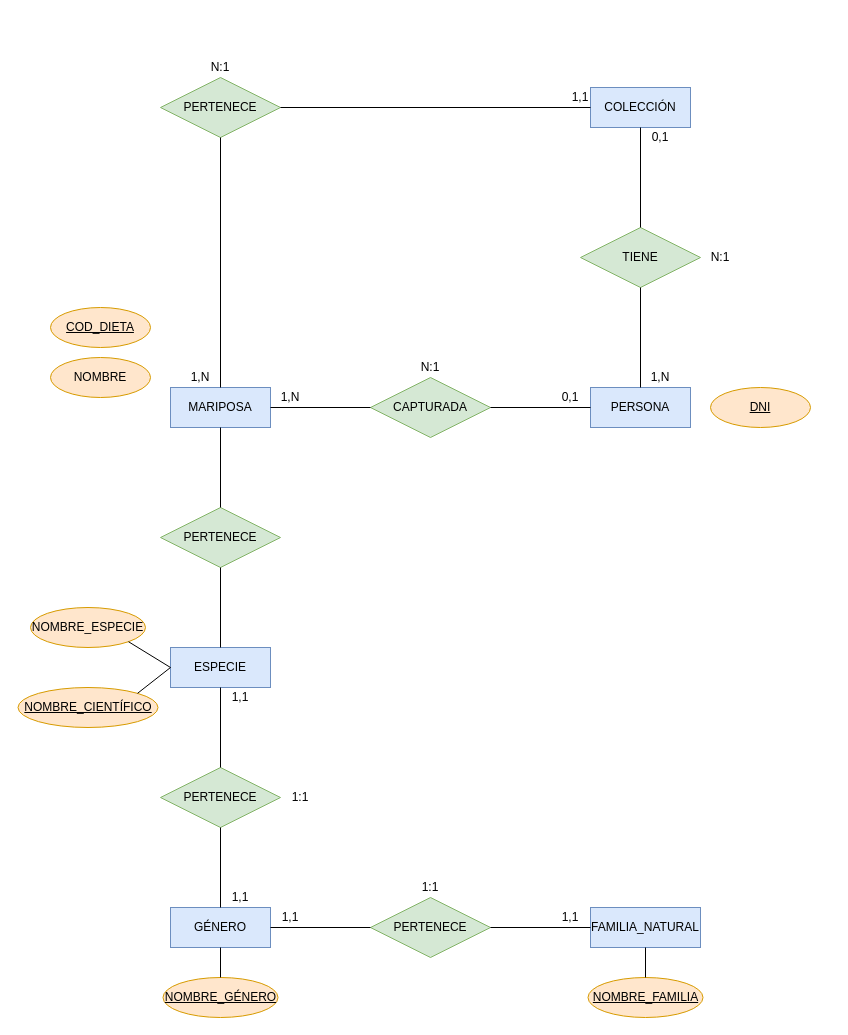
This is Mariposas.drawio from Axel-Vicente/BBDD, a draw.io file, before an edit. Source tidied: cells renumbered, new cells numbered last; positions are measured from the earlier drawing's top-left corner, leaving out a move shared by most shapes. Both pictures are drawn from the tidied source at 100%, with x=0, y=0 at pixel (18, 57).
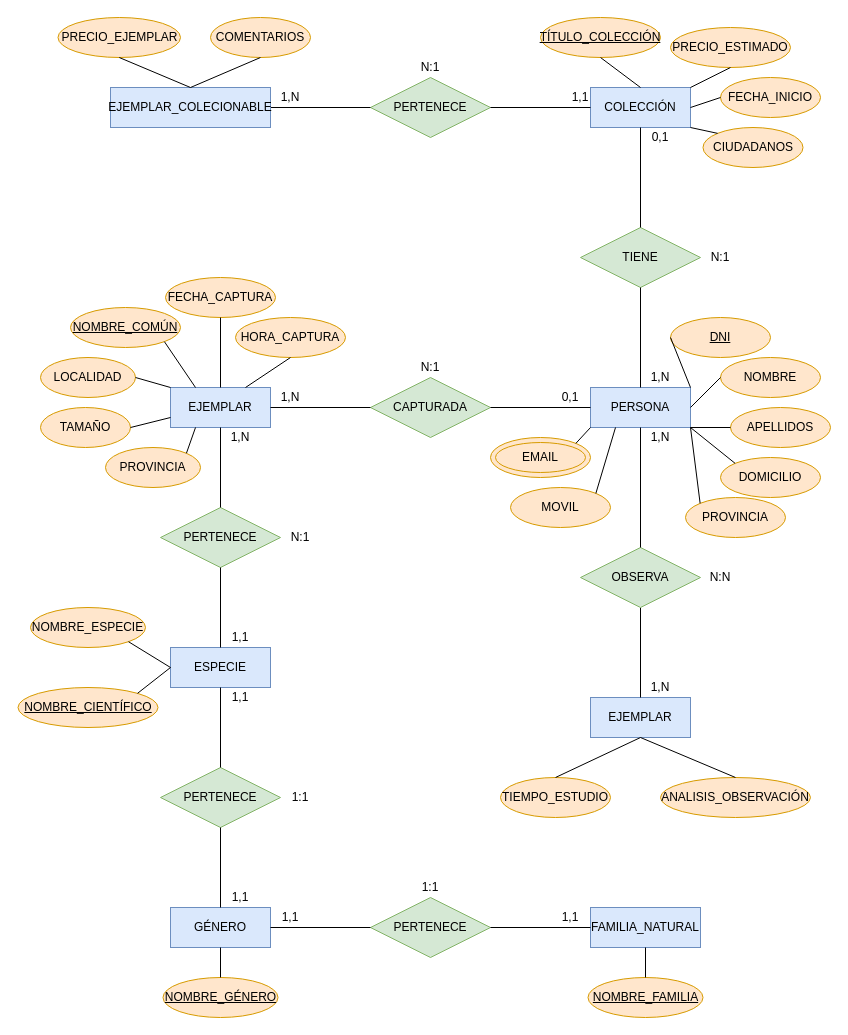
After the change.

The change refers to these unchanged cells:
```xml
<mxCell id="6" value="PERSONA" style="whiteSpace=wrap;html=1;align=center;fillColor=#dae8fc;strokeColor=#6c8ebf;" parent="1" vertex="1">
  <mxGeometry x="572" y="330" width="100" height="40" as="geometry" />
</mxCell>
<mxCell id="20" value="COLECCIÓN" style="whiteSpace=wrap;html=1;align=center;fillColor=#dae8fc;strokeColor=#6c8ebf;" parent="1" vertex="1">
  <mxGeometry x="572" y="30" width="100" height="40" as="geometry" />
</mxCell>
```

Change to the diagram source:
```diff
@@
-    <mxCell id="2" value="MARIPOSA" style="whiteSpace=wrap;html=1;align=center;fillColor=#dae8fc;strokeColor=#6c8ebf;" parent="1" vertex="1">
+    <mxCell id="2" value="EJEMPLAR" style="whiteSpace=wrap;html=1;align=center;fillColor=#dae8fc;strokeColor=#6c8ebf;" parent="1" vertex="1">
       <mxGeometry x="152" y="330" width="100" height="40" as="geometry" />
     </mxCell>
-    <mxCell id="3" value="NOMBRE" style="ellipse;whiteSpace=wrap;html=1;align=center;fillColor=#ffe6cc;strokeColor=#d79b00;" parent="1" vertex="1">
-      <mxGeometry x="32" y="300" width="100" height="40" as="geometry" />
+    <mxCell id="3" value="HORA_CAPTURA" style="ellipse;whiteSpace=wrap;html=1;align=center;fillColor=#ffe6cc;strokeColor=#d79b00;" parent="1" vertex="1">
+      <mxGeometry x="217" y="260" width="110" height="40" as="geometry" />
     </mxCell>
-    <mxCell id="4" value="COD_DIETA" style="ellipse;whiteSpace=wrap;html=1;align=center;fillColor=#ffe6cc;strokeColor=#d79b00;fontStyle=4;" parent="1" vertex="1">
-      <mxGeometry x="32" y="250" width="100" height="40" as="geometry" />
-    </mxCell>
@@
     <mxCell id="21" value="PERTENECE" style="shape=rhombus;perimeter=rhombusPerimeter;whiteSpace=wrap;html=1;align=center;fillColor=#d5e8d4;strokeColor=#82b366;" parent="1" vertex="1">
-      <mxGeometry x="142" y="20" width="120" height="60" as="geometry" />
+      <mxGeometry x="352" y="20" width="120" height="60" as="geometry" />
     </mxCell>
@@
-    <mxCell id="26" style="endArrow=none;html=1;exitX=0.5;exitY=0;exitDx=0;exitDy=0;entryX=0.5;entryY=1;entryDx=0;entryDy=0;" parent="1" edge="1" source="2" target="21">
+    <mxCell id="26" style="endArrow=none;html=1;exitX=1;exitY=0.5;exitDx=0;exitDy=0;entryX=0;entryY=0.5;entryDx=0;entryDy=0;" parent="1" edge="1" source="66" target="21">
       <mxGeometry relative="1" as="geometry" />
     </mxCell>
@@
     <mxCell id="28" value="N:1" style="text;html=1;strokeColor=none;fillColor=none;align=center;verticalAlign=middle;whiteSpace=wrap;rounded=0;" parent="1" vertex="1">
-      <mxGeometry x="182" width="40" height="20" as="geometry" />
+      <mxGeometry x="392" width="40" height="20" as="geometry" />
     </mxCell>
     <mxCell id="29" value="1,N" style="text;html=1;strokeColor=none;fillColor=none;align=center;verticalAlign=middle;whiteSpace=wrap;rounded=0;" parent="1" vertex="1">
-      <mxGeometry x="162" y="310" width="40" height="20" as="geometry" />
+      <mxGeometry x="252" y="30" width="40" height="20" as="geometry" />
     </mxCell>
@@
     <mxCell id="37" value="DNI" style="ellipse;whiteSpace=wrap;html=1;align=center;fillColor=#ffe6cc;strokeColor=#d79b00;fontStyle=4;" parent="1" vertex="1">
-      <mxGeometry x="692" y="330" width="100" height="40" as="geometry" />
+      <mxGeometry x="652" y="260" width="100" height="40" as="geometry" />
     </mxCell>
@@
+    <mxCell id="52" value="NOMBRE" style="ellipse;whiteSpace=wrap;html=1;align=center;fillColor=#ffe6cc;strokeColor=#d79b00;" parent="1" vertex="1">
+      <mxGeometry x="702" y="300" width="100" height="40" as="geometry" />
+    </mxCell>
+    <mxCell id="53" value="APELLIDOS" style="ellipse;whiteSpace=wrap;html=1;align=center;fillColor=#ffe6cc;strokeColor=#d79b00;" parent="1" vertex="1">
+      <mxGeometry x="712" y="350" width="100" height="40" as="geometry" />
+    </mxCell>
+    <mxCell id="54" value="DOMICILIO" style="ellipse;whiteSpace=wrap;html=1;align=center;fillColor=#ffe6cc;strokeColor=#d79b00;" parent="1" vertex="1">
+      <mxGeometry x="702" y="400" width="100" height="40" as="geometry" />
+    </mxCell>
+    <mxCell id="55" value="MOVIL" style="ellipse;whiteSpace=wrap;html=1;align=center;fillColor=#ffe6cc;strokeColor=#d79b00;" parent="1" vertex="1">
+      <mxGeometry x="492" y="430" width="100" height="40" as="geometry" />
+    </mxCell>
+    <mxCell id="56" value="EMAIL" style="ellipse;whiteSpace=wrap;html=1;align=center;fillColor=#ffe6cc;strokeColor=#d79b00;" parent="1" vertex="1">
+      <mxGeometry x="472" y="380" width="100" height="40" as="geometry" />
+    </mxCell>
+    <mxCell id="57" style="ellipse;whiteSpace=wrap;html=1;align=center;strokeColor=#d79b00;fillColor=none;" parent="1" vertex="1">
+      <mxGeometry x="477" y="385" width="90" height="30" as="geometry" />
+    </mxCell>
+    <mxCell id="58" value="PROVINCIA" style="ellipse;whiteSpace=wrap;html=1;align=center;fillColor=#ffe6cc;strokeColor=#d79b00;" parent="1" vertex="1">
+      <mxGeometry x="667" y="440" width="100" height="40" as="geometry" />
+    </mxCell>
+    <mxCell id="59" style="endArrow=none;html=1;fontColor=#000000;entryX=1;entryY=0;entryDx=0;entryDy=0;exitX=0;exitY=1;exitDx=0;exitDy=0;" parent="1" edge="1" source="6" target="56">
+      <mxGeometry relative="1" as="geometry" />
+    </mxCell>
+    <mxCell id="60" style="endArrow=none;html=1;fontColor=#000000;entryX=1;entryY=0;entryDx=0;entryDy=0;exitX=0.25;exitY=1;exitDx=0;exitDy=0;" parent="1" edge="1" source="6" target="55">
+      <mxGeometry relative="1" as="geometry" />
+    </mxCell>
+    <mxCell id="61" style="endArrow=none;html=1;fontColor=#000000;entryX=0;entryY=0;entryDx=0;entryDy=0;exitX=1;exitY=1;exitDx=0;exitDy=0;" parent="1" edge="1" source="6" target="58">
+      <mxGeometry relative="1" as="geometry" />
+    </mxCell>
+    <mxCell id="62" style="endArrow=none;html=1;fontColor=#000000;entryX=0;entryY=0;entryDx=0;entryDy=0;exitX=1;exitY=1;exitDx=0;exitDy=0;" parent="1" edge="1" source="6" target="54">
+      <mxGeometry relative="1" as="geometry" />
+    </mxCell>
+    <mxCell id="63" style="endArrow=none;html=1;fontColor=#000000;entryX=0;entryY=0.5;entryDx=0;entryDy=0;exitX=1;exitY=1;exitDx=0;exitDy=0;" parent="1" edge="1" source="6" target="53">
+      <mxGeometry relative="1" as="geometry" />
+    </mxCell>
+    <mxCell id="64" style="endArrow=none;html=1;fontColor=#000000;entryX=0;entryY=0.5;entryDx=0;entryDy=0;exitX=1;exitY=0.5;exitDx=0;exitDy=0;" parent="1" edge="1" source="6" target="52">
+      <mxGeometry relative="1" as="geometry" />
+    </mxCell>
+    <mxCell id="65" style="endArrow=none;html=1;fontColor=#000000;entryX=0;entryY=0.5;entryDx=0;entryDy=0;exitX=1;exitY=0;exitDx=0;exitDy=0;" parent="1" edge="1" source="6" target="37">
+      <mxGeometry relative="1" as="geometry" />
+    </mxCell>
+    <mxCell id="66" value="EJEMPLAR_COLECIONABLE" style="whiteSpace=wrap;html=1;align=center;fillColor=#dae8fc;strokeColor=#6c8ebf;" parent="1" vertex="1">
+      <mxGeometry x="92" y="30" width="160" height="40" as="geometry" />
+    </mxCell>
+    <mxCell id="67" value="EJEMPLAR" style="whiteSpace=wrap;html=1;align=center;fillColor=#dae8fc;strokeColor=#6c8ebf;" parent="1" vertex="1">
+      <mxGeometry x="572" y="640" width="100" height="40" as="geometry" />
+    </mxCell>
+    <mxCell id="68" style="endArrow=none;html=1;fontColor=#000000;entryX=0.5;entryY=1;entryDx=0;entryDy=0;exitX=0.5;exitY=0;exitDx=0;exitDy=0;" parent="1" edge="1" source="67" target="88">
+      <mxGeometry relative="1" as="geometry" />
+    </mxCell>
+    <mxCell id="69" value="PRECIO_EJEMPLAR" style="ellipse;whiteSpace=wrap;html=1;align=center;fillColor=#ffe6cc;strokeColor=#d79b00;" parent="1" vertex="1">
+      <mxGeometry x="39.5" y="-40" width="122.5" height="40" as="geometry" />
+    </mxCell>
+    <mxCell id="70" value="COMENTARIOS" style="ellipse;whiteSpace=wrap;html=1;align=center;fillColor=#ffe6cc;strokeColor=#d79b00;" parent="1" vertex="1">
+      <mxGeometry x="192" y="-40" width="100" height="40" as="geometry" />
+    </mxCell>
+    <mxCell id="71" style="endArrow=none;html=1;fontColor=#000000;exitX=0.5;exitY=0;exitDx=0;exitDy=0;entryX=0.5;entryY=1;entryDx=0;entryDy=0;" parent="1" edge="1" source="66" target="70">
+      <mxGeometry relative="1" as="geometry" />
+    </mxCell>
+    <mxCell id="72" style="endArrow=none;html=1;fontColor=#000000;exitX=0.5;exitY=0;exitDx=0;exitDy=0;entryX=0.5;entryY=1;entryDx=0;entryDy=0;" parent="1" edge="1" source="66" target="69">
+      <mxGeometry relative="1" as="geometry" />
+    </mxCell>
+    <mxCell id="73" value="TIEMPO_ESTUDIO" style="ellipse;whiteSpace=wrap;html=1;align=center;fillColor=#ffe6cc;strokeColor=#d79b00;" parent="1" vertex="1">
+      <mxGeometry x="482" y="720" width="110" height="40" as="geometry" />
+    </mxCell>
+    <mxCell id="74" value="ANALISIS_OBSERVACIÓN" style="ellipse;whiteSpace=wrap;html=1;align=center;fillColor=#ffe6cc;strokeColor=#d79b00;" parent="1" vertex="1">
+      <mxGeometry x="642" y="720" width="150" height="40" as="geometry" />
+    </mxCell>
+    <mxCell id="75" style="endArrow=none;html=1;fontColor=#000000;exitX=0.5;exitY=0;exitDx=0;exitDy=0;entryX=0.5;entryY=1;entryDx=0;entryDy=0;" parent="1" edge="1" source="73" target="67">
+      <mxGeometry relative="1" as="geometry" />
+    </mxCell>
+    <mxCell id="76" style="endArrow=none;html=1;fontColor=#000000;exitX=0.5;exitY=0;exitDx=0;exitDy=0;entryX=0.5;entryY=1;entryDx=0;entryDy=0;" parent="1" edge="1" source="74" target="67">
+      <mxGeometry relative="1" as="geometry" />
+    </mxCell>
+    <mxCell id="77" value="FECHA_CAPTURA" style="ellipse;whiteSpace=wrap;html=1;align=center;fillColor=#ffe6cc;strokeColor=#d79b00;" parent="1" vertex="1">
+      <mxGeometry x="147" y="220" width="110" height="40" as="geometry" />
+    </mxCell>
+    <mxCell id="78" value="NOMBRE_COMÚN" style="ellipse;whiteSpace=wrap;html=1;align=center;fillColor=#ffe6cc;strokeColor=#d79b00;fontStyle=4;" parent="1" vertex="1">
+      <mxGeometry x="52" y="250" width="110" height="40" as="geometry" />
+    </mxCell>
+    <mxCell id="79" value="PROVINCIA" style="ellipse;whiteSpace=wrap;html=1;align=center;fillColor=#ffe6cc;strokeColor=#d79b00;" parent="1" vertex="1">
+      <mxGeometry x="87" y="390" width="95" height="40" as="geometry" />
+    </mxCell>
+    <mxCell id="80" value="LOCALIDAD" style="ellipse;whiteSpace=wrap;html=1;align=center;fillColor=#ffe6cc;strokeColor=#d79b00;" parent="1" vertex="1">
+      <mxGeometry x="22" y="300" width="95" height="40" as="geometry" />
+    </mxCell>
+    <mxCell id="81" value="TAMAÑO" style="ellipse;whiteSpace=wrap;html=1;align=center;fillColor=#ffe6cc;strokeColor=#d79b00;" parent="1" vertex="1">
+      <mxGeometry x="22" y="350" width="90" height="40" as="geometry" />
+    </mxCell>
+    <mxCell id="82" style="endArrow=none;html=1;fontColor=#000000;exitX=0.5;exitY=0;exitDx=0;exitDy=0;entryX=0.5;entryY=1;entryDx=0;entryDy=0;" parent="1" edge="1" source="2" target="77">
+      <mxGeometry relative="1" as="geometry" />
+    </mxCell>
+    <mxCell id="83" style="endArrow=none;html=1;fontColor=#000000;exitX=0.75;exitY=0;exitDx=0;exitDy=0;entryX=0.5;entryY=1;entryDx=0;entryDy=0;" parent="1" edge="1" source="2" target="3">
+      <mxGeometry relative="1" as="geometry" />
+    </mxCell>
+    <mxCell id="84" style="endArrow=none;html=1;fontColor=#000000;exitX=0.25;exitY=0;exitDx=0;exitDy=0;entryX=1;entryY=1;entryDx=0;entryDy=0;" parent="1" edge="1" source="2" target="78">
+      <mxGeometry relative="1" as="geometry" />
+    </mxCell>
+    <mxCell id="85" style="endArrow=none;html=1;fontColor=#000000;exitX=0;exitY=0;exitDx=0;exitDy=0;entryX=1;entryY=0.5;entryDx=0;entryDy=0;" parent="1" edge="1" source="2" target="80">
+      <mxGeometry relative="1" as="geometry" />
+    </mxCell>
+    <mxCell id="86" style="endArrow=none;html=1;fontColor=#000000;exitX=0;exitY=0.75;exitDx=0;exitDy=0;entryX=1;entryY=0.5;entryDx=0;entryDy=0;" parent="1" edge="1" source="2" target="81">
+      <mxGeometry relative="1" as="geometry" />
+    </mxCell>
+    <mxCell id="87" style="endArrow=none;html=1;fontColor=#000000;exitX=1;exitY=0;exitDx=0;exitDy=0;entryX=0.25;entryY=1;entryDx=0;entryDy=0;" parent="1" edge="1" source="79" target="2">
+      <mxGeometry relative="1" as="geometry" />
+    </mxCell>
+    <mxCell id="88" value="OBSERVA" style="shape=rhombus;perimeter=rhombusPerimeter;whiteSpace=wrap;html=1;align=center;fillColor=#d5e8d4;strokeColor=#82b366;" parent="1" vertex="1">
+      <mxGeometry x="562" y="490" width="120" height="60" as="geometry" />
+    </mxCell>
+    <mxCell id="89" style="endArrow=none;html=1;fontColor=#000000;entryX=0.5;entryY=1;entryDx=0;entryDy=0;exitX=0.5;exitY=0;exitDx=0;exitDy=0;" parent="1" edge="1" source="88" target="6">
+      <mxGeometry relative="1" as="geometry" />
+    </mxCell>
+    <mxCell id="90" value="1,N" style="text;html=1;strokeColor=none;fillColor=none;align=center;verticalAlign=middle;whiteSpace=wrap;rounded=0;fontColor=#000000;" parent="1" vertex="1">
+      <mxGeometry x="622" y="370" width="40" height="20" as="geometry" />
+    </mxCell>
+    <mxCell id="91" value="N:N" style="text;html=1;strokeColor=none;fillColor=none;align=center;verticalAlign=middle;whiteSpace=wrap;rounded=0;fontColor=#000000;" parent="1" vertex="1">
+      <mxGeometry x="682" y="510" width="40" height="20" as="geometry" />
+    </mxCell>
+    <mxCell id="92" value="1,N" style="text;html=1;strokeColor=none;fillColor=none;align=center;verticalAlign=middle;whiteSpace=wrap;rounded=0;fontColor=#000000;" parent="1" vertex="1">
+      <mxGeometry x="622" y="620" width="40" height="20" as="geometry" />
+    </mxCell>
+    <mxCell id="93" value="1,N" style="text;html=1;strokeColor=none;fillColor=none;align=center;verticalAlign=middle;whiteSpace=wrap;rounded=0;fontColor=#000000;" parent="1" vertex="1">
+      <mxGeometry x="202" y="370" width="40" height="20" as="geometry" />
+    </mxCell>
+    <mxCell id="94" value="N:1" style="text;html=1;strokeColor=none;fillColor=none;align=center;verticalAlign=middle;whiteSpace=wrap;rounded=0;fontColor=#000000;" parent="1" vertex="1">
+      <mxGeometry x="262" y="470" width="40" height="20" as="geometry" />
+    </mxCell>
+    <mxCell id="95" value="1,1" style="text;html=1;strokeColor=none;fillColor=none;align=center;verticalAlign=middle;whiteSpace=wrap;rounded=0;fontColor=#000000;" parent="1" vertex="1">
+      <mxGeometry x="202" y="570" width="40" height="20" as="geometry" />
+    </mxCell>
+    <mxCell id="96" value="TÍTULO_COLECCIÓN" style="ellipse;whiteSpace=wrap;html=1;align=center;fillColor=#ffe6cc;strokeColor=#d79b00;fontStyle=4;" parent="1" vertex="1">
+      <mxGeometry x="522" y="-40" width="120" height="40" as="geometry" />
+    </mxCell>
+    <mxCell id="97" value="PRECIO_ESTIMADO" style="ellipse;whiteSpace=wrap;html=1;align=center;fillColor=#ffe6cc;strokeColor=#d79b00;" parent="1" vertex="1">
+      <mxGeometry x="652" y="-30" width="120" height="40" as="geometry" />
+    </mxCell>
+    <mxCell id="98" value="FECHA_INICIO" style="ellipse;whiteSpace=wrap;html=1;align=center;fillColor=#ffe6cc;strokeColor=#d79b00;" parent="1" vertex="1">
+      <mxGeometry x="702" y="20" width="100" height="40" as="geometry" />
+    </mxCell>
+    <mxCell id="99" value="CIUDADANOS" style="ellipse;whiteSpace=wrap;html=1;align=center;fillColor=#ffe6cc;strokeColor=#d79b00;" parent="1" vertex="1">
+      <mxGeometry x="684.5" y="70" width="100" height="40" as="geometry" />
+    </mxCell>
+    <mxCell id="100" style="endArrow=none;html=1;fontColor=#000000;entryX=0.5;entryY=1;entryDx=0;entryDy=0;exitX=0.5;exitY=0;exitDx=0;exitDy=0;" parent="1" edge="1" source="20" target="96">
+      <mxGeometry relative="1" as="geometry" />
+    </mxCell>
+    <mxCell id="101" style="endArrow=none;html=1;fontColor=#000000;entryX=0.5;entryY=1;entryDx=0;entryDy=0;exitX=1;exitY=0;exitDx=0;exitDy=0;" parent="1" edge="1" source="20" target="97">
+      <mxGeometry relative="1" as="geometry" />
+    </mxCell>
+    <mxCell id="102" style="endArrow=none;html=1;fontColor=#000000;entryX=0;entryY=0.5;entryDx=0;entryDy=0;exitX=1;exitY=0.5;exitDx=0;exitDy=0;" parent="1" edge="1" source="20" target="98">
+      <mxGeometry relative="1" as="geometry" />
+    </mxCell>
+    <mxCell id="103" style="endArrow=none;html=1;fontColor=#000000;entryX=0;entryY=0;entryDx=0;entryDy=0;exitX=1;exitY=1;exitDx=0;exitDy=0;" parent="1" edge="1" source="20" target="99">
+      <mxGeometry relative="1" as="geometry" />
+    </mxCell>
```
